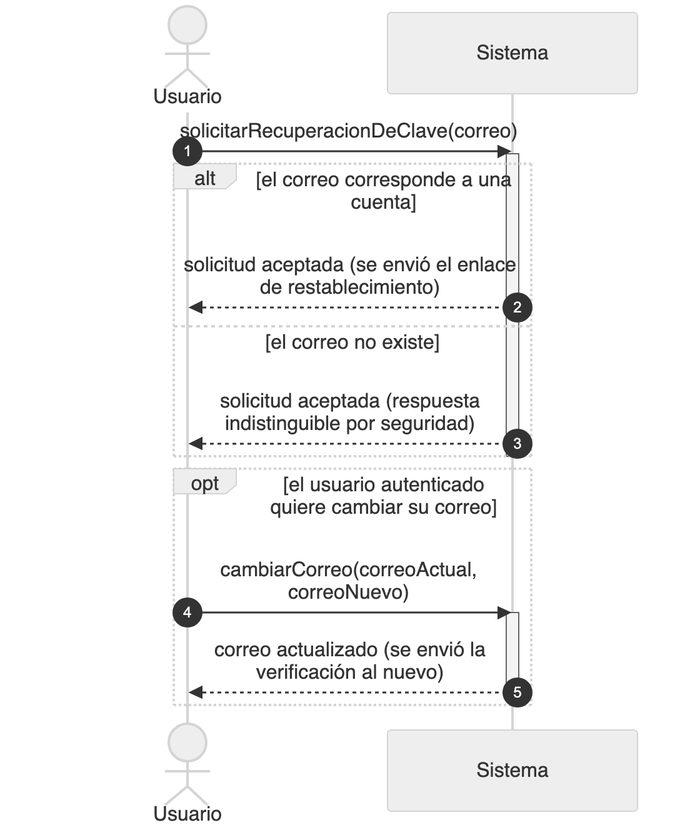
Before: diagramas/png/DSS_CU-047_Recuperar-Contrasena.png, a diagram exported from Mermaid (Nahuelito-Dev/splg-docs). Its source is kept beside it as diagramas/DSS_CU-047_Recuperar-Contrasena.mmd. The source it was exported from:
```mermaid
sequenceDiagram
    title DSS — CU-047 Recuperar Contrasena
    autonumber
    actor CLI as Usuario
    participant SIS as Sistema

    CLI->>SIS: solicitarRecuperacionDeClave(correo)
    activate SIS
    alt el correo corresponde a una cuenta
        SIS-->>CLI: solicitud aceptada (se envió el enlace de restablecimiento)
    else el correo no existe
        SIS-->>CLI: solicitud aceptada (respuesta indistinguible por seguridad)
    end
    deactivate SIS

    opt el usuario autenticado quiere cambiar su correo
        CLI->>SIS: cambiarCorreo(correoActual, correoNuevo)
        activate SIS
        SIS-->>CLI: correo actualizado (se envió la verificación al nuevo)
        deactivate SIS
    end
```
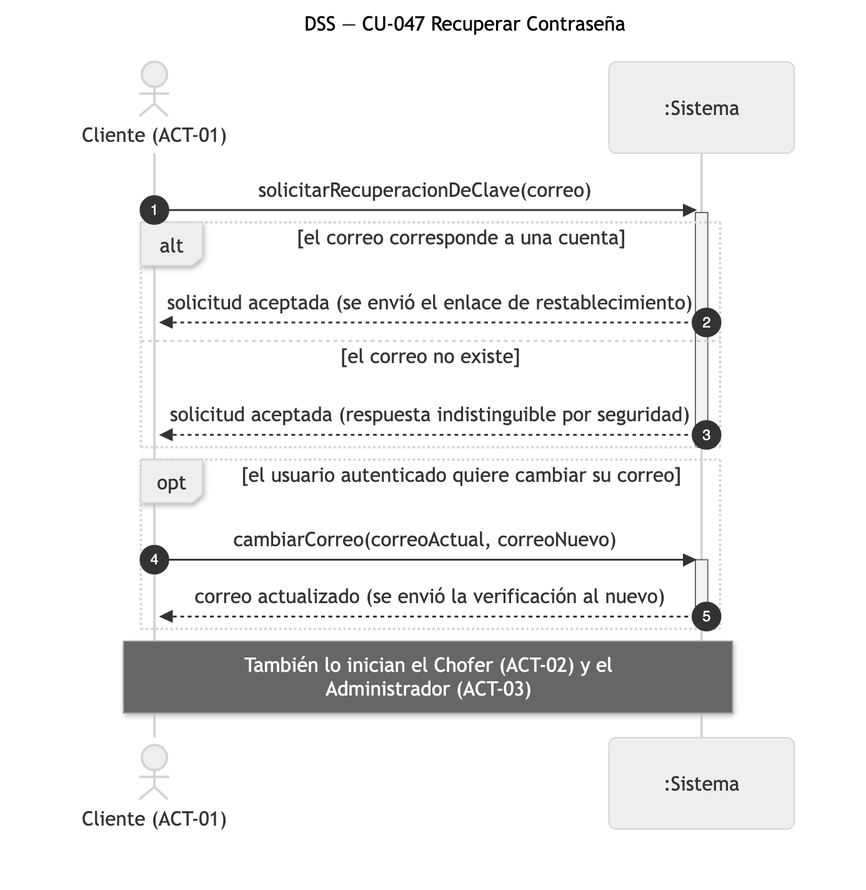
The same file after the commit.

Diff of the diagram source:
```diff
@@ -1,8 +1,8 @@
 sequenceDiagram
-    title DSS — CU-047 Recuperar Contrasena
+    title DSS — CU-047 Recuperar Contraseña
     autonumber
-    actor CLI as Usuario
-    participant SIS as Sistema
+    actor CLI as Cliente (ACT-01)
+    participant SIS as :Sistema
 
     CLI->>SIS: solicitarRecuperacionDeClave(correo)
     activate SIS
@@ -19,3 +19,4 @@
         SIS-->>CLI: correo actualizado (se envió la verificación al nuevo)
         deactivate SIS
     end
+    Note over CLI,SIS: También lo inician el Chofer (ACT-02) y el<br/>Administrador (ACT-03)
```
